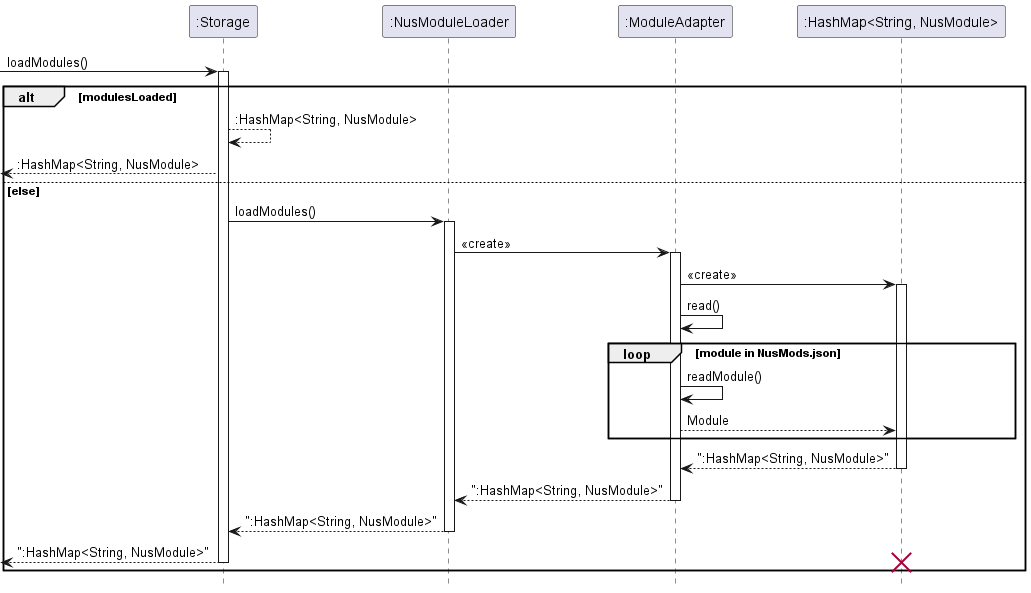
Earlier version of the PlantUML export docs/UML/Images/LoadModules.png (nus-cs2113-AY2223S2/tp).
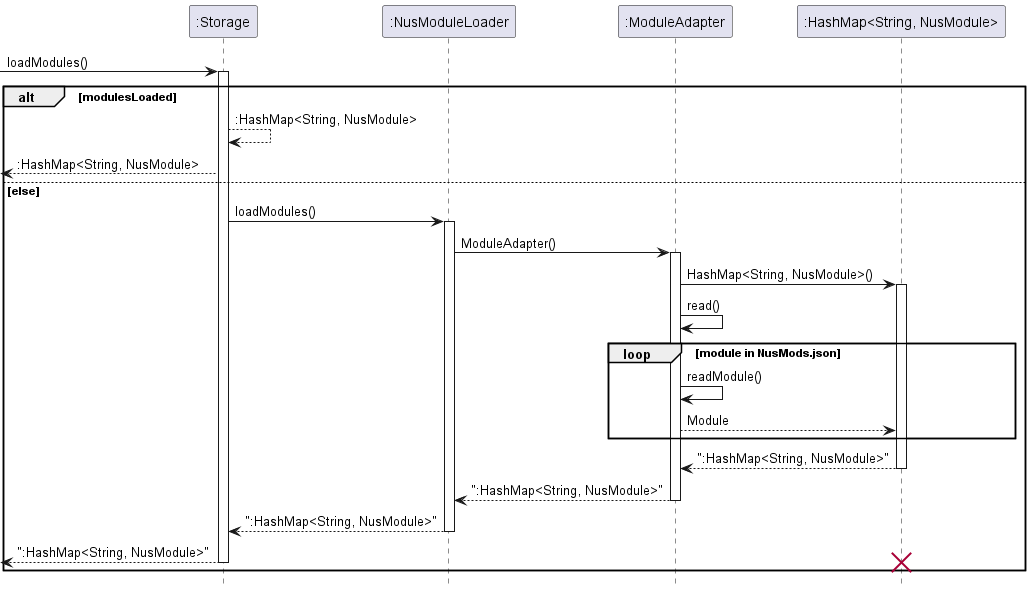
Above is the later version.

Commit message:
Fix UML diagrams

Change to the diagram source:
```diff
@@ -10,9 +10,9 @@
 else else
     ":Storage" -> ":NusModuleLoader" : loadModules()
     activate ":NusModuleLoader"
-    ":NusModuleLoader" -> ":ModuleAdapter" :<<create>>
+    ":NusModuleLoader" -> ":ModuleAdapter" : ModuleAdapter()
     activate ":ModuleAdapter"
-    ":ModuleAdapter" -> ":HashMap<String, NusModule>" : <<create>>
+    ":ModuleAdapter" -> ":HashMap<String, NusModule>" : HashMap<String, NusModule>()
     activate ":HashMap<String, NusModule>"
     ":ModuleAdapter" -> ":ModuleAdapter" : read()
     loop module in NusMods.json
```
